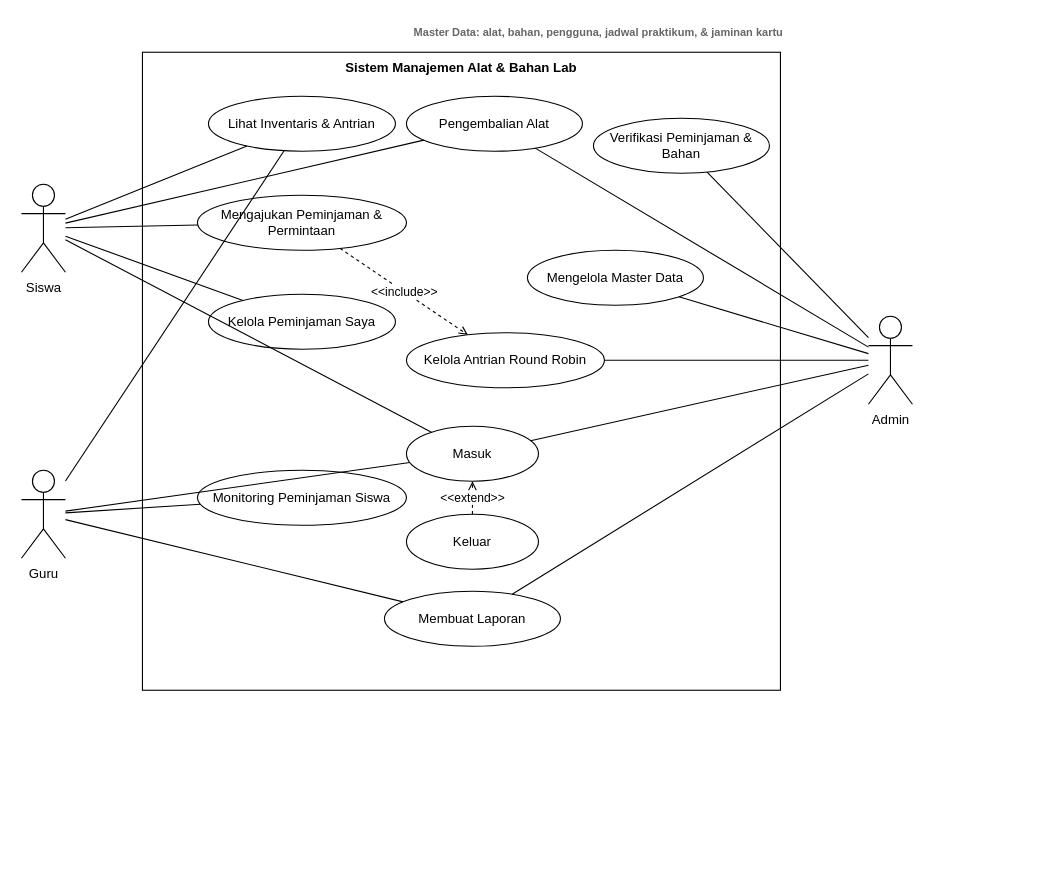
Before: docs/use-case-diagram.drawio in misbahlmnr/manajemen-alat-app, a draw.io diagram. Source tidied: cells renumbered, new cells numbered last; positions are measured from the earlier drawing's top-left corner, leaving out a move shared by most shapes. Both pictures are drawn from the tidied source at 110%, with x=0, y=0 at pixel (21, 19).
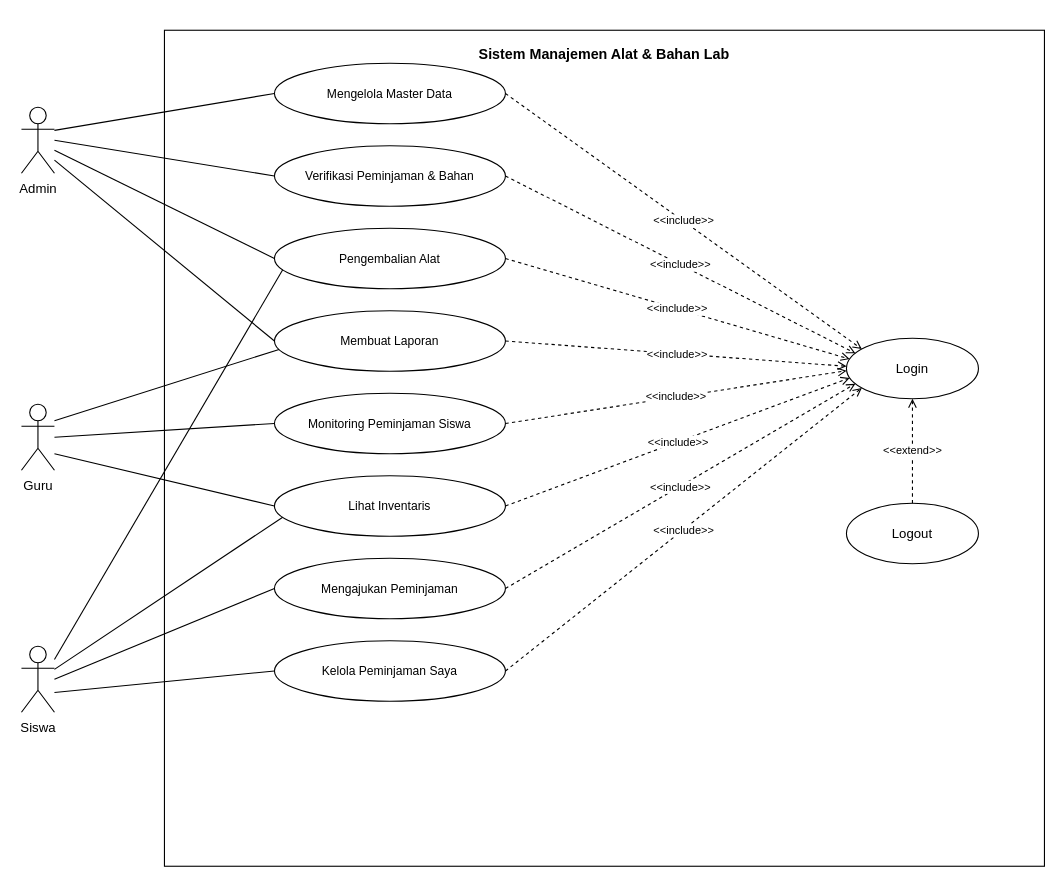
After the change.

Commit message (it also covers changes not shown here):
feat: update loan request handling to include default borrow scope logic and refine validation for borrow reason based on equipment type

Diff of the diagram source:
```diff
@@
-    <mxCell id="2" value="Sistem Manajemen Alat &amp; Bahan Lab" style="rounded=0;whiteSpace=wrap;html=1;fillColor=none;verticalAlign=top;fontStyle=1;align=center;" parent="1" vertex="1">
-      <mxGeometry x="110" y="30" width="580" height="580" as="geometry" />
+    <mxCell id="2" value="Sistem Manajemen Alat &amp; Bahan Lab" style="rounded=0;whiteSpace=wrap;html=1;fillColor=none;strokeColor=#000000;verticalAlign=top;fontStyle=1;fontSize=13;align=center;spacingTop=8;" parent="1" vertex="1">
+      <mxGeometry x="130" y="10" width="800" height="760" as="geometry" />
     </mxCell>
+    <mxCell id="5" value="Admin" style="shape=umlActor;verticalLabelPosition=bottom;verticalAlign=top;html=1;outlineConnect=0;fontSize=12;strokeColor=#000000;fillColor=#FFFFFF;" parent="1" vertex="1">
+      <mxGeometry y="80" width="30" height="60" as="geometry" />
+    </mxCell>
+    <mxCell id="4" value="Guru" style="shape=umlActor;verticalLabelPosition=bottom;verticalAlign=top;html=1;outlineConnect=0;fontSize=12;strokeColor=#000000;fillColor=#FFFFFF;" parent="1" vertex="1">
+      <mxGeometry y="350" width="30" height="60" as="geometry" />
+    </mxCell>
-    <mxCell id="3" value="Siswa" style="shape=umlActor;verticalLabelPosition=bottom;verticalAlign=top;html=1;outlineConnect=0;" parent="1" vertex="1">
-      <mxGeometry y="150" width="40" height="80" as="geometry" />
+    <mxCell id="3" value="Siswa" style="shape=umlActor;verticalLabelPosition=bottom;verticalAlign=top;html=1;outlineConnect=0;fontSize=12;strokeColor=#000000;fillColor=#FFFFFF;" parent="1" vertex="1">
+      <mxGeometry y="570" width="30" height="60" as="geometry" />
     </mxCell>
-    <mxCell id="4" value="Guru" style="shape=umlActor;verticalLabelPosition=bottom;verticalAlign=top;html=1;outlineConnect=0;" parent="1" vertex="1">
-      <mxGeometry y="410" width="40" height="80" as="geometry" />
-    </mxCell>
-    <mxCell id="5" value="Admin" style="shape=umlActor;verticalLabelPosition=bottom;verticalAlign=top;html=1;outlineConnect=0;" parent="1" vertex="1">
-      <mxGeometry x="770" y="270" width="40" height="80" as="geometry" />
-    </mxCell>
-    <mxCell id="6" value="Lihat Inventaris &amp; Antrian" style="ellipse;whiteSpace=wrap;html=1;" parent="1" vertex="1">
-      <mxGeometry x="170" y="70" width="170" height="50" as="geometry" />
+    <mxCell id="6" value="Mengelola Master Data" style="ellipse;whiteSpace=wrap;html=1;fontSize=11;strokeColor=#000000;fillColor=#FFFFFF;" parent="1" vertex="1">
+      <mxGeometry x="230" y="40" width="210" height="55" as="geometry" />
     </mxCell>
-    <mxCell id="7" value="Mengajukan Peminjaman &amp; Permintaan" style="ellipse;whiteSpace=wrap;html=1;" parent="1" vertex="1">
-      <mxGeometry x="160" y="160" width="190" height="50" as="geometry" />
+    <mxCell id="7" value="Verifikasi Peminjaman &amp; Bahan" style="ellipse;whiteSpace=wrap;html=1;fontSize=11;strokeColor=#000000;fillColor=#FFFFFF;" parent="1" vertex="1">
+      <mxGeometry x="230" y="115" width="210" height="55" as="geometry" />
     </mxCell>
-    <mxCell id="8" value="Kelola Peminjaman Saya" style="ellipse;whiteSpace=wrap;html=1;" parent="1" vertex="1">
-      <mxGeometry x="170" y="250" width="170" height="50" as="geometry" />
+    <mxCell id="8" value="Pengembalian Alat" style="ellipse;whiteSpace=wrap;html=1;fontSize=11;strokeColor=#000000;fillColor=#FFFFFF;" parent="1" vertex="1">
+      <mxGeometry x="230" y="190" width="210" height="55" as="geometry" />
     </mxCell>
-    <mxCell id="9" value="Pengembalian Alat" style="ellipse;whiteSpace=wrap;html=1;" parent="1" vertex="1">
-      <mxGeometry x="350" y="70" width="160" height="50" as="geometry" />
+    <mxCell id="9" value="Membuat Laporan" style="ellipse;whiteSpace=wrap;html=1;fontSize=11;strokeColor=#000000;fillColor=#FFFFFF;" parent="1" vertex="1">
+      <mxGeometry x="230" y="265" width="210" height="55" as="geometry" />
     </mxCell>
-    <mxCell id="10" value="Monitoring Peminjaman Siswa" style="ellipse;whiteSpace=wrap;html=1;" parent="1" vertex="1">
-      <mxGeometry x="160" y="410" width="190" height="50" as="geometry" />
+    <mxCell id="10" value="Monitoring Peminjaman Siswa" style="ellipse;whiteSpace=wrap;html=1;fontSize=11;strokeColor=#000000;fillColor=#FFFFFF;" parent="1" vertex="1">
+      <mxGeometry x="230" y="340" width="210" height="55" as="geometry" />
     </mxCell>
-    <mxCell id="11" value="Membuat Laporan" style="ellipse;whiteSpace=wrap;html=1;" parent="1" vertex="1">
-      <mxGeometry x="330" y="520" width="160" height="50" as="geometry" />
+    <mxCell id="11" value="Lihat Inventaris" style="ellipse;whiteSpace=wrap;html=1;fontSize=11;strokeColor=#000000;fillColor=#FFFFFF;" parent="1" vertex="1">
+      <mxGeometry x="230" y="415" width="210" height="55" as="geometry" />
     </mxCell>
-    <mxCell id="12" value="Verifikasi Peminjaman &amp; Bahan" style="ellipse;whiteSpace=wrap;html=1;" parent="1" vertex="1">
-      <mxGeometry x="520" y="90" width="160" height="50" as="geometry" />
+    <mxCell id="12" value="Mengajukan Peminjaman" style="ellipse;whiteSpace=wrap;html=1;fontSize=11;strokeColor=#000000;fillColor=#FFFFFF;" parent="1" vertex="1">
+      <mxGeometry x="230" y="490" width="210" height="55" as="geometry" />
     </mxCell>
-    <mxCell id="13" value="Mengelola Master Data" style="ellipse;whiteSpace=wrap;html=1;" parent="1" vertex="1">
-      <mxGeometry x="460" y="210" width="160" height="50" as="geometry" />
+    <mxCell id="13" value="Kelola Peminjaman Saya" style="ellipse;whiteSpace=wrap;html=1;fontSize=11;strokeColor=#000000;fillColor=#FFFFFF;" parent="1" vertex="1">
+      <mxGeometry x="230" y="565" width="210" height="55" as="geometry" />
     </mxCell>
-    <mxCell id="14" value="Kelola Antrian Round Robin" style="ellipse;whiteSpace=wrap;html=1;" parent="1" vertex="1">
-      <mxGeometry x="350" y="285" width="180" height="50" as="geometry" />
-    </mxCell>
-    <mxCell id="15" value="Masuk" style="ellipse;whiteSpace=wrap;html=1;" parent="1" vertex="1">
-      <mxGeometry x="350" y="370" width="120" height="50" as="geometry" />
-    </mxCell>
-    <mxCell id="16" value="Keluar" style="ellipse;whiteSpace=wrap;html=1;" parent="1" vertex="1">
-      <mxGeometry x="350" y="450" width="120" height="50" as="geometry" />
-    </mxCell>
-    <mxCell id="17" style="endArrow=none;html=1;" parent="1" edge="1" source="3" target="6">
-      <mxGeometry relative="1" as="geometry" />
-    </mxCell>
-    <mxCell id="18" style="endArrow=none;html=1;" parent="1" edge="1" source="3" target="7">
-      <mxGeometry relative="1" as="geometry" />
-    </mxCell>
-    <mxCell id="19" style="endArrow=none;html=1;" parent="1" edge="1" source="3" target="8">
-      <mxGeometry relative="1" as="geometry" />
-    </mxCell>
-    <mxCell id="20" style="endArrow=none;html=1;" parent="1" edge="1" source="3" target="9">
-      <mxGeometry relative="1" as="geometry" />
-    </mxCell>
-    <mxCell id="21" style="endArrow=none;html=1;" parent="1" edge="1" source="3" target="15">
-      <mxGeometry relative="1" as="geometry" />
-    </mxCell>
-    <mxCell id="22" style="endArrow=none;html=1;" parent="1" edge="1" source="4" target="6">
-      <mxGeometry relative="1" as="geometry" />
-    </mxCell>
+    <mxCell id="35" value="Login" style="ellipse;whiteSpace=wrap;html=1;fontSize=12;strokeColor=#000000;fillColor=#FFFFFF;" parent="1" vertex="1">
+      <mxGeometry x="750" y="290" width="120" height="55" as="geometry" />
+    </mxCell>
+    <mxCell id="36" value="Logout" style="ellipse;whiteSpace=wrap;html=1;fontSize=12;strokeColor=#000000;fillColor=#FFFFFF;" parent="1" vertex="1">
+      <mxGeometry x="750" y="440" width="120" height="55" as="geometry" />
+    </mxCell>
+    <mxCell id="37" style="endArrow=none;html=1;strokeColor=#000000;exitX=1;exitY=0.35;exitDx=0;exitDy=0;entryX=0;entryY=0.5;entryDx=0;entryDy=0;" parent="1" edge="1" source="5" target="6">
+      <mxGeometry relative="1" as="geometry" />
+    </mxCell>
+    <mxCell id="38" style="endArrow=none;html=1;strokeColor=#000000;exitX=1;exitY=0.5;exitDx=0;exitDy=0;entryX=0;entryY=0.5;entryDx=0;entryDy=0;" parent="1" edge="1" source="5" target="7">
+      <mxGeometry relative="1" as="geometry" />
+    </mxCell>
+    <mxCell id="39" style="endArrow=none;html=1;strokeColor=#000000;exitX=1;exitY=0.65;exitDx=0;exitDy=0;entryX=0;entryY=0.5;entryDx=0;entryDy=0;" parent="1" edge="1" source="5" target="8">
+      <mxGeometry relative="1" as="geometry" />
+    </mxCell>
+    <mxCell id="26" style="endArrow=none;html=1;strokeColor=#000000;exitX=1;exitY=0.8;exitDx=0;exitDy=0;entryX=0;entryY=0.5;entryDx=0;entryDy=0;" parent="1" edge="1" source="5" target="9">
+      <mxGeometry relative="1" as="geometry" />
+    </mxCell>
+    <mxCell id="40" style="endArrow=none;html=1;strokeColor=#000000;exitX=1;exitY=0.25;exitDx=0;exitDy=0;entryX=0;entryY=0.65;entryDx=0;entryDy=0;" parent="1" edge="1" source="4" target="9">
+      <mxGeometry relative="1" as="geometry" />
+    </mxCell>
-    <mxCell id="23" style="endArrow=none;html=1;" parent="1" edge="1" source="4" target="10">
+    <mxCell id="23" style="endArrow=none;html=1;strokeColor=#000000;exitX=1;exitY=0.5;exitDx=0;exitDy=0;entryX=0;entryY=0.5;entryDx=0;entryDy=0;" parent="1" edge="1" source="4" target="10">
       <mxGeometry relative="1" as="geometry" />
     </mxCell>
-    <mxCell id="24" style="endArrow=none;html=1;" parent="1" edge="1" source="4" target="11">
+    <mxCell id="24" style="endArrow=none;html=1;strokeColor=#000000;exitX=1;exitY=0.75;exitDx=0;exitDy=0;entryX=0;entryY=0.5;entryDx=0;entryDy=0;" parent="1" edge="1" source="4" target="11">
       <mxGeometry relative="1" as="geometry" />
     </mxCell>
-    <mxCell id="25" style="endArrow=none;html=1;" parent="1" edge="1" source="4" target="15">
-      <mxGeometry relative="1" as="geometry" />
-    </mxCell>
-    <mxCell id="26" style="endArrow=none;html=1;" parent="1" edge="1" source="5" target="9">
-      <mxGeometry relative="1" as="geometry" />
-    </mxCell>
-    <mxCell id="27" style="endArrow=none;html=1;" parent="1" edge="1" source="5" target="11">
-      <mxGeometry relative="1" as="geometry" />
-    </mxCell>
-    <mxCell id="28" style="endArrow=none;html=1;" parent="1" edge="1" source="5" target="12">
-      <mxGeometry relative="1" as="geometry" />
-    </mxCell>
-    <mxCell id="29" style="endArrow=none;html=1;" parent="1" edge="1" source="5" target="13">
-      <mxGeometry relative="1" as="geometry" />
-    </mxCell>
-    <mxCell id="30" style="endArrow=none;html=1;" parent="1" edge="1" source="5" target="14">
-      <mxGeometry relative="1" as="geometry" />
-    </mxCell>
-    <mxCell id="31" style="endArrow=none;html=1;" parent="1" edge="1" source="5" target="15">
-      <mxGeometry relative="1" as="geometry" />
-    </mxCell>
-    <mxCell id="32" value="&amp;lt;&amp;lt;include&amp;gt;&amp;gt;" style="dashed=1;endArrow=open;endFill=0;html=1;" parent="1" edge="1" source="7" target="14">
-      <mxGeometry relative="1" as="geometry" />
-    </mxCell>
+    <mxCell id="19" style="endArrow=none;html=1;strokeColor=#000000;exitX=1;exitY=0.2;exitDx=0;exitDy=0;entryX=0;entryY=0.7;entryDx=0;entryDy=0;" parent="1" edge="1" source="3" target="8">
+      <mxGeometry relative="1" as="geometry" />
+    </mxCell>
+    <mxCell id="41" style="endArrow=none;html=1;strokeColor=#000000;exitX=1;exitY=0.35;exitDx=0;exitDy=0;entryX=0;entryY=0.7;entryDx=0;entryDy=0;" parent="1" edge="1" source="3" target="11">
+      <mxGeometry relative="1" as="geometry" />
+    </mxCell>
+    <mxCell id="42" style="endArrow=none;html=1;strokeColor=#000000;exitX=1;exitY=0.5;exitDx=0;exitDy=0;entryX=0;entryY=0.5;entryDx=0;entryDy=0;" parent="1" edge="1" source="3" target="12">
+      <mxGeometry relative="1" as="geometry" />
+    </mxCell>
+    <mxCell id="43" style="endArrow=none;html=1;strokeColor=#000000;exitX=1;exitY=0.7;exitDx=0;exitDy=0;entryX=0;entryY=0.5;entryDx=0;entryDy=0;" parent="1" edge="1" source="3" target="13">
+      <mxGeometry relative="1" as="geometry" />
+    </mxCell>
+    <mxCell id="44" value="&amp;lt;&amp;lt;include&amp;gt;&amp;gt;" style="dashed=1;endArrow=open;endFill=0;html=1;fontSize=10;fontColor=#000000;strokeColor=#000000;exitX=1;exitY=0.5;exitDx=0;exitDy=0;entryX=0;entryY=0.08;entryDx=0;entryDy=0;labelBackgroundColor=#FFFFFF;" parent="1" edge="1" source="6" target="35">
+      <mxGeometry relative="1" as="geometry" />
+    </mxCell>
+    <mxCell id="45" value="&amp;lt;&amp;lt;include&amp;gt;&amp;gt;" style="dashed=1;endArrow=open;endFill=0;html=1;fontSize=10;fontColor=#000000;strokeColor=#000000;exitX=1;exitY=0.5;exitDx=0;exitDy=0;entryX=0;entryY=0.2;entryDx=0;entryDy=0;labelBackgroundColor=#FFFFFF;" parent="1" edge="1" source="7" target="35">
+      <mxGeometry relative="1" as="geometry" />
+    </mxCell>
+    <mxCell id="46" value="&amp;lt;&amp;lt;include&amp;gt;&amp;gt;" style="dashed=1;endArrow=open;endFill=0;html=1;fontSize=10;fontColor=#000000;strokeColor=#000000;exitX=1;exitY=0.5;exitDx=0;exitDy=0;entryX=0;entryY=0.32;entryDx=0;entryDy=0;labelBackgroundColor=#FFFFFF;" parent="1" edge="1" source="8" target="35">
+      <mxGeometry relative="1" as="geometry" />
+    </mxCell>
+    <mxCell id="47" value="&amp;lt;&amp;lt;include&amp;gt;&amp;gt;" style="dashed=1;endArrow=open;endFill=0;html=1;fontSize=10;fontColor=#000000;strokeColor=#000000;exitX=1;exitY=0.5;exitDx=0;exitDy=0;entryX=0;entryY=0.45;entryDx=0;entryDy=0;labelBackgroundColor=#FFFFFF;" parent="1" edge="1" source="9" target="35">
+      <mxGeometry relative="1" as="geometry" />
+    </mxCell>
+    <mxCell id="48" value="&amp;lt;&amp;lt;include&amp;gt;&amp;gt;" style="dashed=1;endArrow=open;endFill=0;html=1;fontSize=10;fontColor=#000000;strokeColor=#000000;exitX=1;exitY=0.5;exitDx=0;exitDy=0;entryX=0;entryY=0.55;entryDx=0;entryDy=0;labelBackgroundColor=#FFFFFF;" parent="1" edge="1" source="10" target="35">
+      <mxGeometry relative="1" as="geometry" />
+    </mxCell>
+    <mxCell id="49" value="&amp;lt;&amp;lt;include&amp;gt;&amp;gt;" style="dashed=1;endArrow=open;endFill=0;html=1;fontSize=10;fontColor=#000000;strokeColor=#000000;exitX=1;exitY=0.5;exitDx=0;exitDy=0;entryX=0;entryY=0.68;entryDx=0;entryDy=0;labelBackgroundColor=#FFFFFF;" parent="1" edge="1" source="11" target="35">
+      <mxGeometry relative="1" as="geometry" />
+    </mxCell>
+    <mxCell id="50" value="&amp;lt;&amp;lt;include&amp;gt;&amp;gt;" style="dashed=1;endArrow=open;endFill=0;html=1;fontSize=10;fontColor=#000000;strokeColor=#000000;exitX=1;exitY=0.5;exitDx=0;exitDy=0;entryX=0;entryY=0.8;entryDx=0;entryDy=0;labelBackgroundColor=#FFFFFF;" parent="1" edge="1" source="12" target="35">
+      <mxGeometry relative="1" as="geometry" />
+    </mxCell>
+    <mxCell id="51" value="&amp;lt;&amp;lt;include&amp;gt;&amp;gt;" style="dashed=1;endArrow=open;endFill=0;html=1;fontSize=10;fontColor=#000000;strokeColor=#000000;exitX=1;exitY=0.5;exitDx=0;exitDy=0;entryX=0;entryY=0.92;entryDx=0;entryDy=0;labelBackgroundColor=#FFFFFF;" parent="1" edge="1" source="13" target="35">
+      <mxGeometry relative="1" as="geometry" />
+    </mxCell>
-    <mxCell id="33" value="&amp;lt;&amp;lt;extend&amp;gt;&amp;gt;" style="dashed=1;endArrow=open;endFill=0;html=1;" parent="1" edge="1" source="16" target="15">
+    <mxCell id="33" value="&amp;lt;&amp;lt;extend&amp;gt;&amp;gt;" style="dashed=1;endArrow=open;endFill=0;html=1;fontSize=10;fontColor=#000000;strokeColor=#000000;exitX=0.5;exitY=0;exitDx=0;exitDy=0;entryX=0.5;entryY=1;entryDx=0;entryDy=0;labelBackgroundColor=#FFFFFF;" parent="1" edge="1" source="36" target="35">
       <mxGeometry relative="1" as="geometry" />
     </mxCell>
-    <mxCell id="34" value="&lt;b&gt;Master Data: alat, bahan, pengguna, jadwal praktikum, &amp;amp; jaminan kartu&lt;/b&gt;" style="text;html=1;strokeColor=none;fillColor=none;align=left;verticalAlign=top;fontSize=10;fontColor=#666666;" parent="1" vertex="1">
-      <mxGeometry x="355" width="170" height="50" as="geometry" />
-    </mxCell>
```
